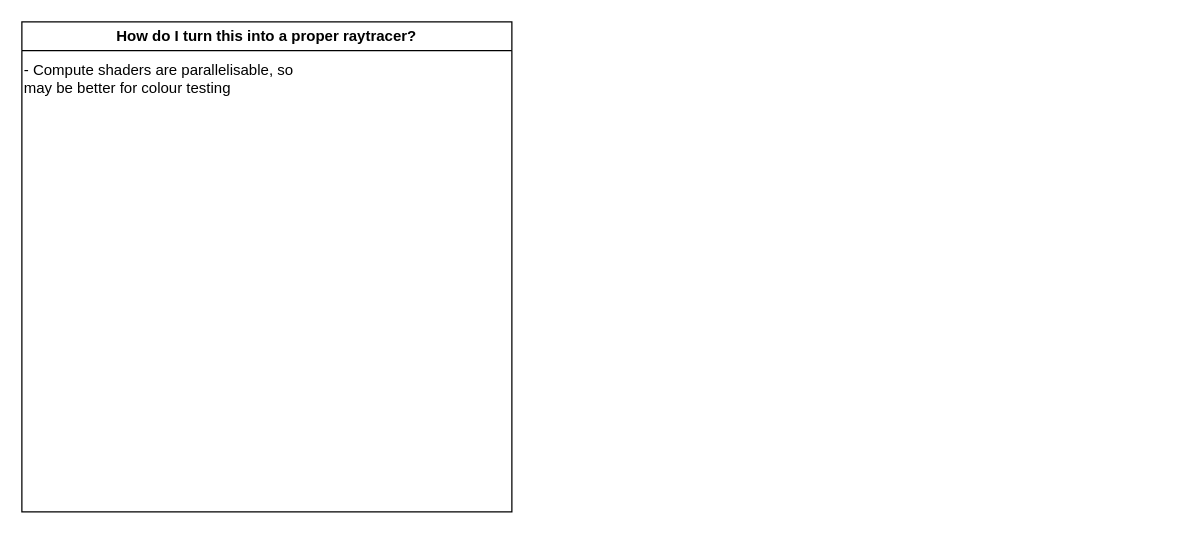
The draw.io diagram Diagram.drawio in RanakOFour/GL_Compute_Raytracer, before the edit. Source tidied: cells renumbered, new cells numbered last; positions are measured from the earlier drawing's top-left corner, leaving out a move shared by most shapes. Both pictures are drawn from the tidied source at 125%, with x=0, y=0 at pixel (21, 21).
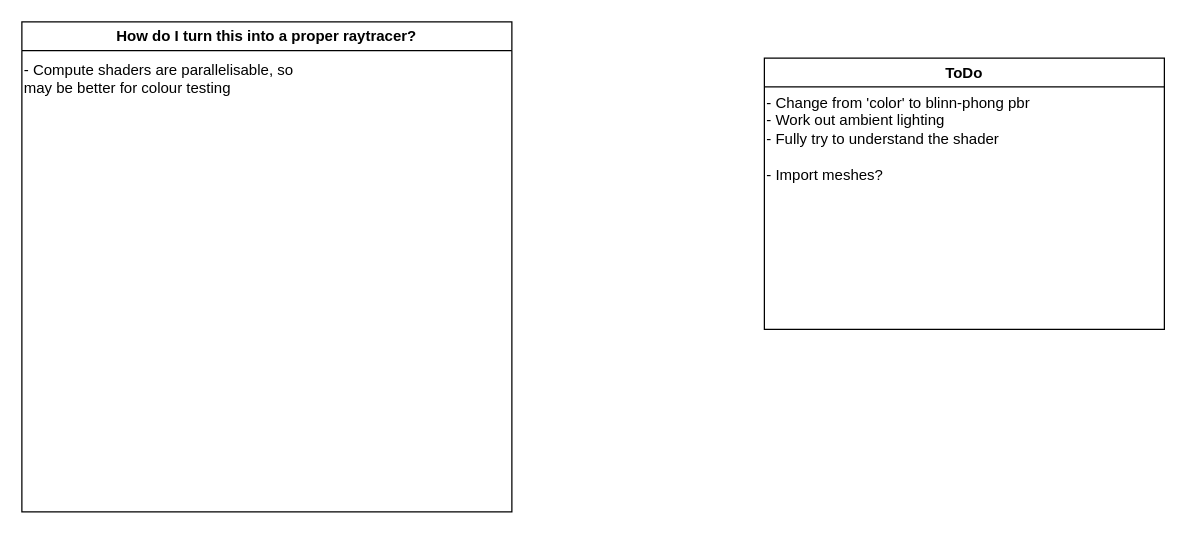
The same diagram, later.

What changed in the source:
```diff
@@
 <mxGraphModel>
   <root>
     <mxCell id="0" />
     <mxCell id="1" parent="0" />
     <mxCell id="2" value="How do I turn this into a proper raytracer?" style="swimlane;whiteSpace=wrap;html=1;" parent="1" vertex="1">
       <mxGeometry width="392" height="392" as="geometry" />
     </mxCell>
     <mxCell id="3" value="- Compute shaders are parallelisable, so may be better for colour testing" style="text;html=1;align=left;verticalAlign=top;whiteSpace=wrap;rounded=0;" parent="2" vertex="1">
       <mxGeometry y="25" width="236" height="172" as="geometry" />
     </mxCell>
+    <mxCell id="4" value="ToDo" style="swimlane;whiteSpace=wrap;html=1;" parent="1" vertex="1">
+      <mxGeometry x="594" y="29" width="320" height="217" as="geometry" />
+    </mxCell>
+    <mxCell id="5" value="- Change from 'color' to blinn-phong pbr&lt;div&gt;- Work out ambient lighting&lt;/div&gt;&lt;div&gt;- Fully try to understand the shader&lt;/div&gt;&lt;div&gt;&lt;br&gt;&lt;/div&gt;&lt;div&gt;- Import meshes?&lt;/div&gt;" style="text;html=1;align=left;verticalAlign=top;whiteSpace=wrap;rounded=0;" parent="4" vertex="1">
+      <mxGeometry y="22" width="320" height="195" as="geometry" />
+    </mxCell>
   </root>
 </mxGraphModel>
```
